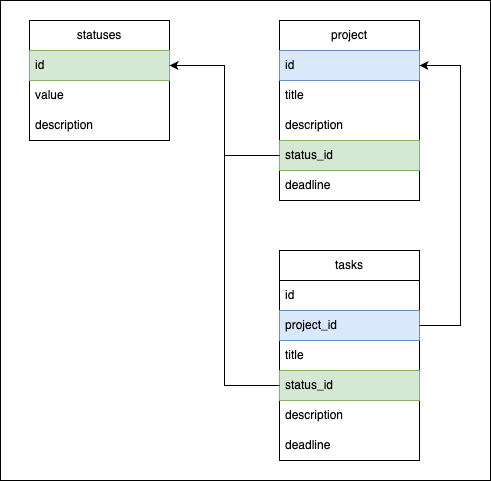
1mk0v/py-todo-list keeps this draw.io diagram as public/ER-model-projects.png. Above is the earlier version. Source tidied: cells renumbered, new cells last; positions are measured from the earlier drawing's top-left corner, leaving out a move shared by most shapes. The source it was exported from:
```xml
<mxGraphModel>
  <root>
    <mxCell id="0" />
    <mxCell id="1" parent="0" />
    <mxCell id="2" style="rounded=0;whiteSpace=wrap;html=1;flipH=1;fillColor=#FFFFFF;" parent="1" vertex="1">
      <mxGeometry width="490" height="480" as="geometry" />
    </mxCell>
    <mxCell id="3" value="project" style="swimlane;fontStyle=0;horizontal=1;startSize=30;whiteSpace=wrap;html=1;" parent="1" vertex="1">
      <mxGeometry x="279" y="20" width="140" height="180" as="geometry" />
    </mxCell>
    <mxCell id="4" value="id" style="text;strokeColor=#6c8ebf;fillColor=#dae8fc;align=left;verticalAlign=middle;spacingLeft=4;spacingRight=4;overflow=hidden;points=[[0,0.5],[1,0.5]];portConstraint=eastwest;whiteSpace=wrap;html=1;" parent="3" vertex="1">
      <mxGeometry y="30" width="140" height="30" as="geometry" />
    </mxCell>
    <mxCell id="5" value="title" style="text;strokeColor=none;fillColor=none;align=left;verticalAlign=middle;spacingLeft=4;spacingRight=4;overflow=hidden;whiteSpace=wrap;html=1;" parent="3" vertex="1">
      <mxGeometry y="60" width="140" height="30" as="geometry" />
    </mxCell>
    <mxCell id="6" value="description" style="text;strokeColor=none;fillColor=none;align=left;verticalAlign=middle;spacingLeft=4;spacingRight=4;overflow=hidden;whiteSpace=wrap;html=1;" parent="3" vertex="1">
      <mxGeometry y="90" width="140" height="30" as="geometry" />
    </mxCell>
    <mxCell id="7" value="status_id" style="text;strokeColor=#82b366;fillColor=#d5e8d4;align=left;verticalAlign=middle;spacingLeft=4;spacingRight=4;overflow=hidden;points=[[0,0.5],[1,0.5]];portConstraint=eastwest;whiteSpace=wrap;html=1;" parent="3" vertex="1">
      <mxGeometry y="120" width="140" height="30" as="geometry" />
    </mxCell>
    <mxCell id="8" value="deadline" style="text;strokeColor=none;fillColor=none;align=left;verticalAlign=middle;spacingLeft=4;spacingRight=4;overflow=hidden;whiteSpace=wrap;html=1;" parent="3" vertex="1">
      <mxGeometry y="150" width="140" height="30" as="geometry" />
    </mxCell>
    <mxCell id="9" value="statuses" style="swimlane;fontStyle=0;horizontal=1;startSize=30;whiteSpace=wrap;html=1;" parent="1" vertex="1">
      <mxGeometry x="29" y="20" width="140" height="120" as="geometry" />
    </mxCell>
    <mxCell id="10" value="id" style="text;strokeColor=#82b366;fillColor=#d5e8d4;align=left;verticalAlign=middle;spacingLeft=4;spacingRight=4;overflow=hidden;points=[[0,0.5],[1,0.5]];portConstraint=eastwest;whiteSpace=wrap;html=1;" parent="9" vertex="1">
      <mxGeometry y="30" width="140" height="30" as="geometry" />
    </mxCell>
    <mxCell id="11" value="value" style="text;strokeColor=none;fillColor=none;align=left;verticalAlign=middle;spacingLeft=4;spacingRight=4;overflow=hidden;whiteSpace=wrap;html=1;" parent="9" vertex="1">
      <mxGeometry y="60" width="140" height="30" as="geometry" />
    </mxCell>
    <mxCell id="12" value="description" style="text;strokeColor=none;fillColor=none;align=left;verticalAlign=middle;spacingLeft=4;spacingRight=4;overflow=hidden;whiteSpace=wrap;html=1;" parent="9" vertex="1">
      <mxGeometry y="90" width="140" height="30" as="geometry" />
    </mxCell>
    <mxCell id="13" style="edgeStyle=orthogonalEdgeStyle;rounded=0;jettySize=auto;html=1;" parent="1" edge="1" source="7" target="10">
      <mxGeometry relative="1" as="geometry" />
    </mxCell>
    <mxCell id="14" value="tasks" style="swimlane;fontStyle=0;horizontal=1;startSize=30;whiteSpace=wrap;html=1;" parent="1" vertex="1">
      <mxGeometry x="279" y="250" width="140" height="210" as="geometry" />
    </mxCell>
    <mxCell id="15" value="id" style="text;strokeColor=none;fillColor=none;align=left;verticalAlign=middle;spacingLeft=4;spacingRight=4;overflow=hidden;whiteSpace=wrap;html=1;" parent="14" vertex="1">
      <mxGeometry y="30" width="140" height="30" as="geometry" />
    </mxCell>
    <mxCell id="16" value="project_id" style="text;strokeColor=#6c8ebf;fillColor=#dae8fc;align=left;verticalAlign=middle;spacingLeft=4;spacingRight=4;overflow=hidden;points=[[0,0.5],[1,0.5]];portConstraint=eastwest;whiteSpace=wrap;html=1;" parent="14" vertex="1">
      <mxGeometry y="60" width="140" height="30" as="geometry" />
    </mxCell>
    <mxCell id="17" value="title" style="text;strokeColor=none;fillColor=none;align=left;verticalAlign=middle;spacingLeft=4;spacingRight=4;overflow=hidden;whiteSpace=wrap;html=1;" parent="14" vertex="1">
      <mxGeometry y="90" width="140" height="30" as="geometry" />
    </mxCell>
    <mxCell id="18" value="status_id" style="text;strokeColor=#82b366;fillColor=#d5e8d4;align=left;verticalAlign=middle;spacingLeft=4;spacingRight=4;overflow=hidden;points=[[0,0.5],[1,0.5]];portConstraint=eastwest;whiteSpace=wrap;html=1;" parent="14" vertex="1">
      <mxGeometry y="120" width="140" height="30" as="geometry" />
    </mxCell>
    <mxCell id="19" value="description" style="text;strokeColor=none;fillColor=none;align=left;verticalAlign=middle;spacingLeft=4;spacingRight=4;overflow=hidden;whiteSpace=wrap;html=1;" parent="14" vertex="1">
      <mxGeometry y="150" width="140" height="30" as="geometry" />
    </mxCell>
    <mxCell id="20" value="deadline" style="text;strokeColor=none;fillColor=none;align=left;verticalAlign=middle;spacingLeft=4;spacingRight=4;overflow=hidden;whiteSpace=wrap;html=1;" parent="14" vertex="1">
      <mxGeometry y="180" width="140" height="30" as="geometry" />
    </mxCell>
    <mxCell id="21" style="edgeStyle=orthogonalEdgeStyle;rounded=0;jettySize=auto;html=1;" parent="1" edge="1" source="18" target="10">
      <mxGeometry relative="1" as="geometry" />
    </mxCell>
    <mxCell id="22" style="edgeStyle=orthogonalEdgeStyle;rounded=0;jettySize=auto;html=1;" parent="1" edge="1" source="16" target="4">
      <mxGeometry relative="1" as="geometry">
        <Array as="points">
          <mxPoint x="460" y="325" />
          <mxPoint x="460" y="65" />
        </Array>
      </mxGeometry>
    </mxCell>
  </root>
</mxGraphModel>
```
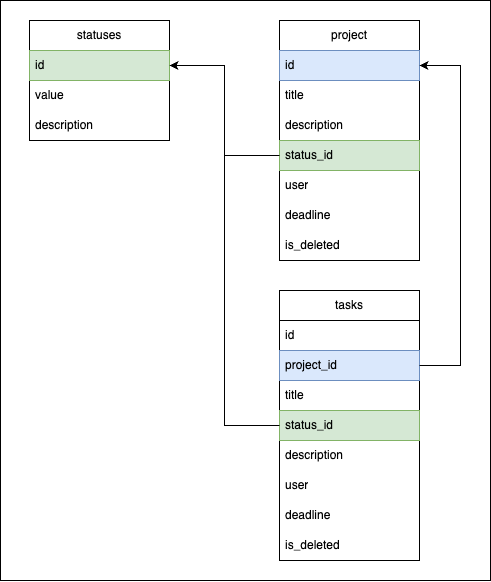
Above is the later version.

The edit, as a diff of the source:
```diff
@@ -3,10 +3,10 @@
     <mxCell id="0" />
     <mxCell id="1" parent="0" />
     <mxCell id="2" style="rounded=0;whiteSpace=wrap;html=1;flipH=1;fillColor=#FFFFFF;" parent="1" vertex="1">
-      <mxGeometry width="490" height="480" as="geometry" />
+      <mxGeometry width="490" height="580" as="geometry" />
     </mxCell>
     <mxCell id="3" value="project" style="swimlane;fontStyle=0;horizontal=1;startSize=30;whiteSpace=wrap;html=1;" parent="1" vertex="1">
-      <mxGeometry x="279" y="20" width="140" height="180" as="geometry" />
+      <mxGeometry x="279" y="20" width="140" height="240" as="geometry" />
     </mxCell>
     <mxCell id="4" value="id" style="text;strokeColor=#6c8ebf;fillColor=#dae8fc;align=left;verticalAlign=middle;spacingLeft=4;spacingRight=4;overflow=hidden;points=[[0,0.5],[1,0.5]];portConstraint=eastwest;whiteSpace=wrap;html=1;" parent="3" vertex="1">
       <mxGeometry y="30" width="140" height="30" as="geometry" />
@@ -20,9 +20,15 @@
     <mxCell id="7" value="status_id" style="text;strokeColor=#82b366;fillColor=#d5e8d4;align=left;verticalAlign=middle;spacingLeft=4;spacingRight=4;overflow=hidden;points=[[0,0.5],[1,0.5]];portConstraint=eastwest;whiteSpace=wrap;html=1;" parent="3" vertex="1">
       <mxGeometry y="120" width="140" height="30" as="geometry" />
     </mxCell>
-    <mxCell id="8" value="deadline" style="text;strokeColor=none;fillColor=none;align=left;verticalAlign=middle;spacingLeft=4;spacingRight=4;overflow=hidden;whiteSpace=wrap;html=1;" parent="3" vertex="1">
+    <mxCell id="8" value="user" style="text;strokeColor=none;fillColor=none;align=left;verticalAlign=middle;spacingLeft=4;spacingRight=4;overflow=hidden;whiteSpace=wrap;html=1;" parent="3" vertex="1">
       <mxGeometry y="150" width="140" height="30" as="geometry" />
     </mxCell>
+    <mxCell id="23" value="deadline" style="text;strokeColor=none;fillColor=none;align=left;verticalAlign=middle;spacingLeft=4;spacingRight=4;overflow=hidden;whiteSpace=wrap;html=1;" parent="3" vertex="1">
+      <mxGeometry y="180" width="140" height="30" as="geometry" />
+    </mxCell>
+    <mxCell id="24" value="is_deleted" style="text;strokeColor=none;fillColor=none;align=left;verticalAlign=middle;spacingLeft=4;spacingRight=4;overflow=hidden;whiteSpace=wrap;html=1;" parent="3" vertex="1">
+      <mxGeometry y="210" width="140" height="30" as="geometry" />
+    </mxCell>
     <mxCell id="9" value="statuses" style="swimlane;fontStyle=0;horizontal=1;startSize=30;whiteSpace=wrap;html=1;" parent="1" vertex="1">
       <mxGeometry x="29" y="20" width="140" height="120" as="geometry" />
     </mxCell>
@@ -39,7 +45,7 @@
       <mxGeometry relative="1" as="geometry" />
     </mxCell>
     <mxCell id="14" value="tasks" style="swimlane;fontStyle=0;horizontal=1;startSize=30;whiteSpace=wrap;html=1;" parent="1" vertex="1">
-      <mxGeometry x="279" y="250" width="140" height="210" as="geometry" />
+      <mxGeometry x="279" y="290" width="140" height="270" as="geometry" />
     </mxCell>
     <mxCell id="15" value="id" style="text;strokeColor=none;fillColor=none;align=left;verticalAlign=middle;spacingLeft=4;spacingRight=4;overflow=hidden;whiteSpace=wrap;html=1;" parent="14" vertex="1">
       <mxGeometry y="30" width="140" height="30" as="geometry" />
@@ -56,16 +62,22 @@
     <mxCell id="19" value="description" style="text;strokeColor=none;fillColor=none;align=left;verticalAlign=middle;spacingLeft=4;spacingRight=4;overflow=hidden;whiteSpace=wrap;html=1;" parent="14" vertex="1">
       <mxGeometry y="150" width="140" height="30" as="geometry" />
     </mxCell>
+    <mxCell id="25" value="user" style="text;strokeColor=none;fillColor=none;align=left;verticalAlign=middle;spacingLeft=4;spacingRight=4;overflow=hidden;whiteSpace=wrap;html=1;" parent="14" vertex="1">
+      <mxGeometry y="180" width="140" height="30" as="geometry" />
+    </mxCell>
     <mxCell id="20" value="deadline" style="text;strokeColor=none;fillColor=none;align=left;verticalAlign=middle;spacingLeft=4;spacingRight=4;overflow=hidden;whiteSpace=wrap;html=1;" parent="14" vertex="1">
-      <mxGeometry y="180" width="140" height="30" as="geometry" />
+      <mxGeometry y="210" width="140" height="30" as="geometry" />
     </mxCell>
+    <mxCell id="26" value="is_deleted" style="text;strokeColor=none;fillColor=none;align=left;verticalAlign=middle;spacingLeft=4;spacingRight=4;overflow=hidden;whiteSpace=wrap;html=1;" parent="14" vertex="1">
+      <mxGeometry y="240" width="140" height="30" as="geometry" />
+    </mxCell>
     <mxCell id="21" style="edgeStyle=orthogonalEdgeStyle;rounded=0;jettySize=auto;html=1;" parent="1" edge="1" source="18" target="10">
       <mxGeometry relative="1" as="geometry" />
     </mxCell>
     <mxCell id="22" style="edgeStyle=orthogonalEdgeStyle;rounded=0;jettySize=auto;html=1;" parent="1" edge="1" source="16" target="4">
       <mxGeometry relative="1" as="geometry">
         <Array as="points">
-          <mxPoint x="460" y="325" />
+          <mxPoint x="460" y="365" />
           <mxPoint x="460" y="65" />
         </Array>
       </mxGeometry>
```
